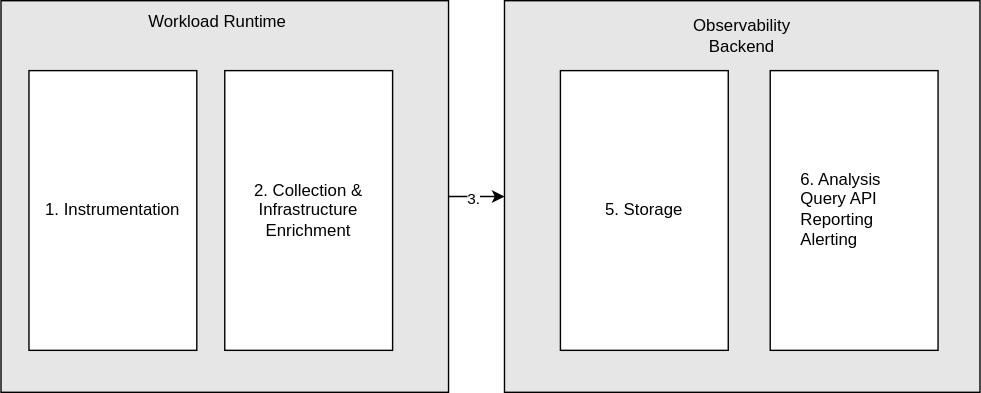
This is concepts/observability-strategy/assets/strategy-stages.drawio.svg from kyma-project/community, a draw.io export, as it was before one commit. Source tidied: cells renumbered, new cells last; positions are measured from the earlier drawing's top-left corner, leaving out a move shared by most shapes.
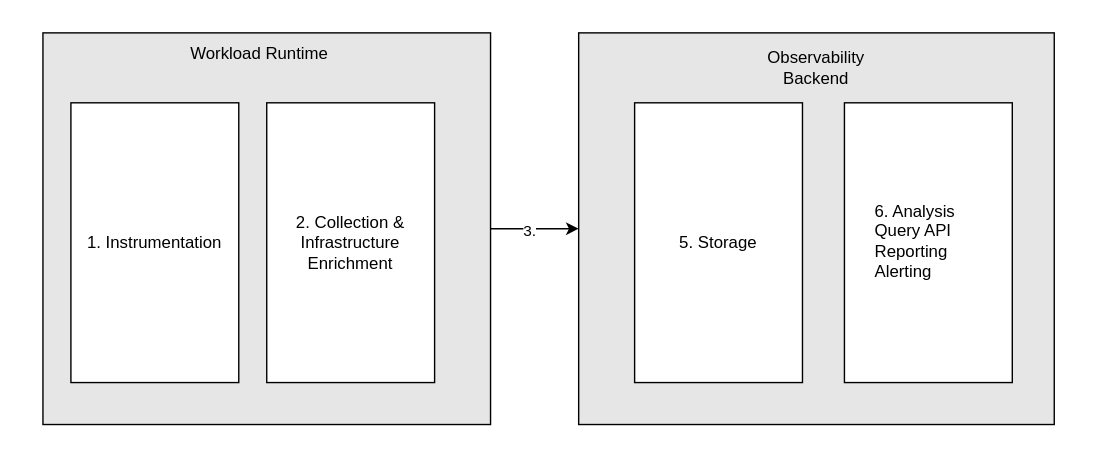
Later version of the same file.

Change to the diagram source:
```diff
@@ -2,25 +2,28 @@
   <root>
     <mxCell id="0" />
     <mxCell id="1" parent="0" />
+    <mxCell id="13" style="rounded=0;whiteSpace=wrap;html=1;strokeColor=none;" parent="1" vertex="1">
+      <mxGeometry x="-53" y="-22.5" width="780" height="325" as="geometry" />
+    </mxCell>
     <mxCell id="2" style="rounded=0;whiteSpace=wrap;html=1;fillColor=#E6E6E6;" parent="1" vertex="1">
       <mxGeometry x="360" width="340" height="280" as="geometry" />
     </mxCell>
     <mxCell id="3" style="edgeStyle=none;html=1;exitX=1;exitY=0.5;exitDx=0;exitDy=0;entryX=0;entryY=0.5;entryDx=0;entryDy=0;" parent="1" edge="1" target="2">
       <mxGeometry relative="1" as="geometry">
-        <mxPoint x="320" y="140" as="sourcePoint" />
+        <mxPoint x="297" y="140" as="sourcePoint" />
       </mxGeometry>
     </mxCell>
     <mxCell id="4" value="3." style="edgeLabel;html=1;align=center;verticalAlign=middle;" parent="3" vertex="1">
       <mxGeometry x="-0.15" y="-1" relative="1" as="geometry" />
     </mxCell>
     <mxCell id="5" style="rounded=0;whiteSpace=wrap;html=1;fillColor=#E6E6E6;" parent="1" vertex="1">
-      <mxGeometry width="320" height="280" as="geometry" />
+      <mxGeometry x="-23" width="320" height="280" as="geometry" />
     </mxCell>
     <mxCell id="6" value="1. Instrumentation" style="rounded=0;whiteSpace=wrap;html=1;" parent="1" vertex="1">
-      <mxGeometry x="20" y="50" width="120" height="200" as="geometry" />
+      <mxGeometry x="-3" y="50" width="120" height="200" as="geometry" />
     </mxCell>
     <mxCell id="7" value="2. Collection &amp;amp; Infrastructure Enrichment" style="rounded=0;whiteSpace=wrap;html=1;" parent="1" vertex="1">
-      <mxGeometry x="160" y="50" width="120" height="200" as="geometry" />
+      <mxGeometry x="137" y="50" width="120" height="200" as="geometry" />
     </mxCell>
     <mxCell id="8" value="5. Storage" style="rounded=0;whiteSpace=wrap;html=1;" parent="1" vertex="1">
       <mxGeometry x="400" y="50" width="120" height="200" as="geometry" />
@@ -29,7 +32,7 @@
       <mxGeometry x="550" y="50" width="120" height="200" as="geometry" />
     </mxCell>
     <mxCell id="10" value="Workload Runtime" style="text;html=1;strokeColor=none;fillColor=none;align=center;verticalAlign=middle;whiteSpace=wrap;rounded=0;" parent="1" vertex="1">
-      <mxGeometry x="100" width="110" height="30" as="geometry" />
+      <mxGeometry x="77" width="110" height="30" as="geometry" />
     </mxCell>
     <mxCell id="11" value="Observability Backend" style="text;html=1;strokeColor=none;fillColor=none;align=center;verticalAlign=middle;whiteSpace=wrap;rounded=0;" parent="1" vertex="1">
       <mxGeometry x="475" y="10" width="110" height="30" as="geometry" />
```
